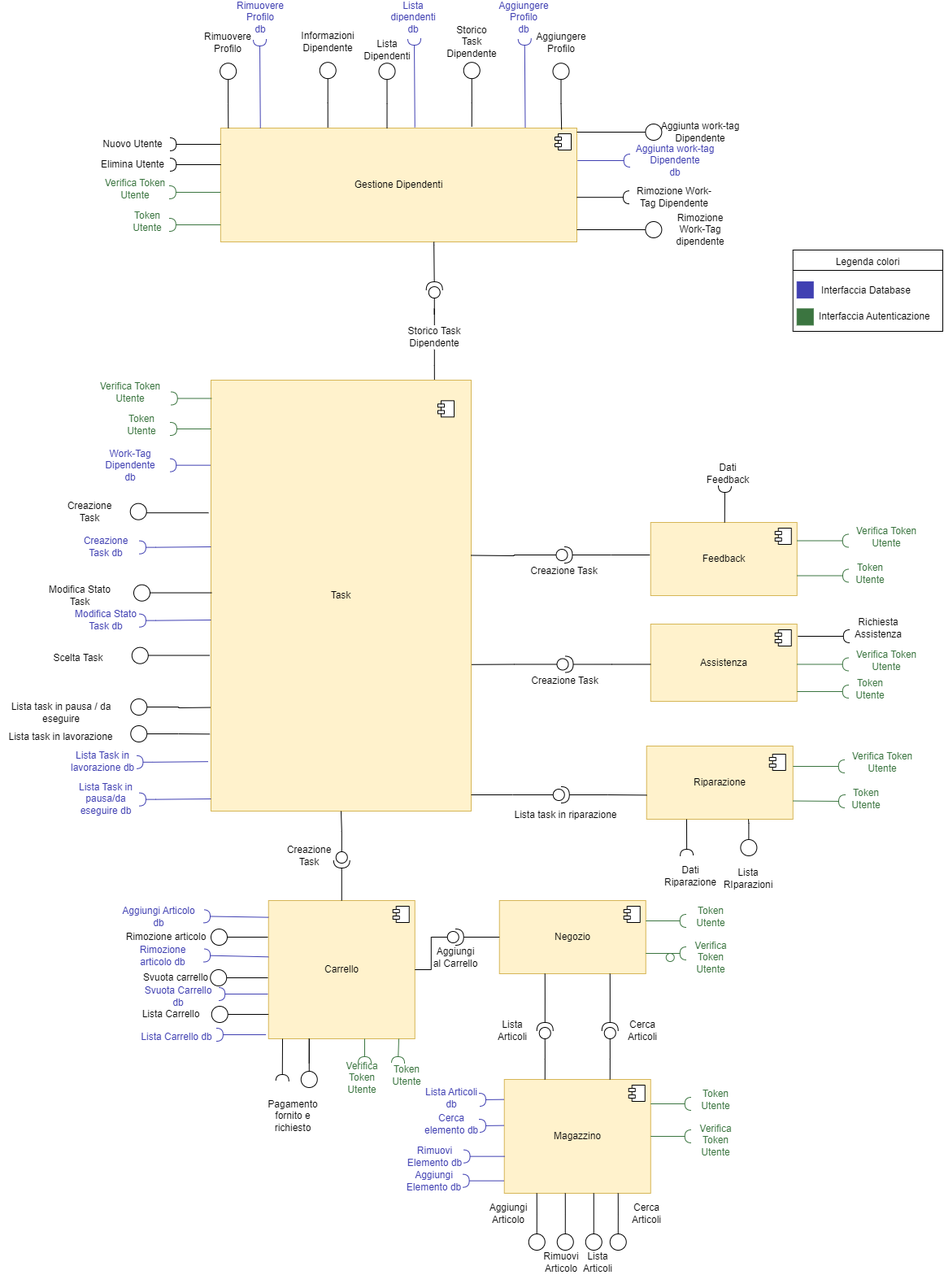
IS-FixMi/Documentation-Source keeps this draw.io diagram as second-deliverable/images/diagramma_dei_componenti.png. Above is the earlier version. Source tidied: cells renumbered, new cells last; positions are measured from the earlier drawing's top-left corner, leaving out a move shared by most shapes.
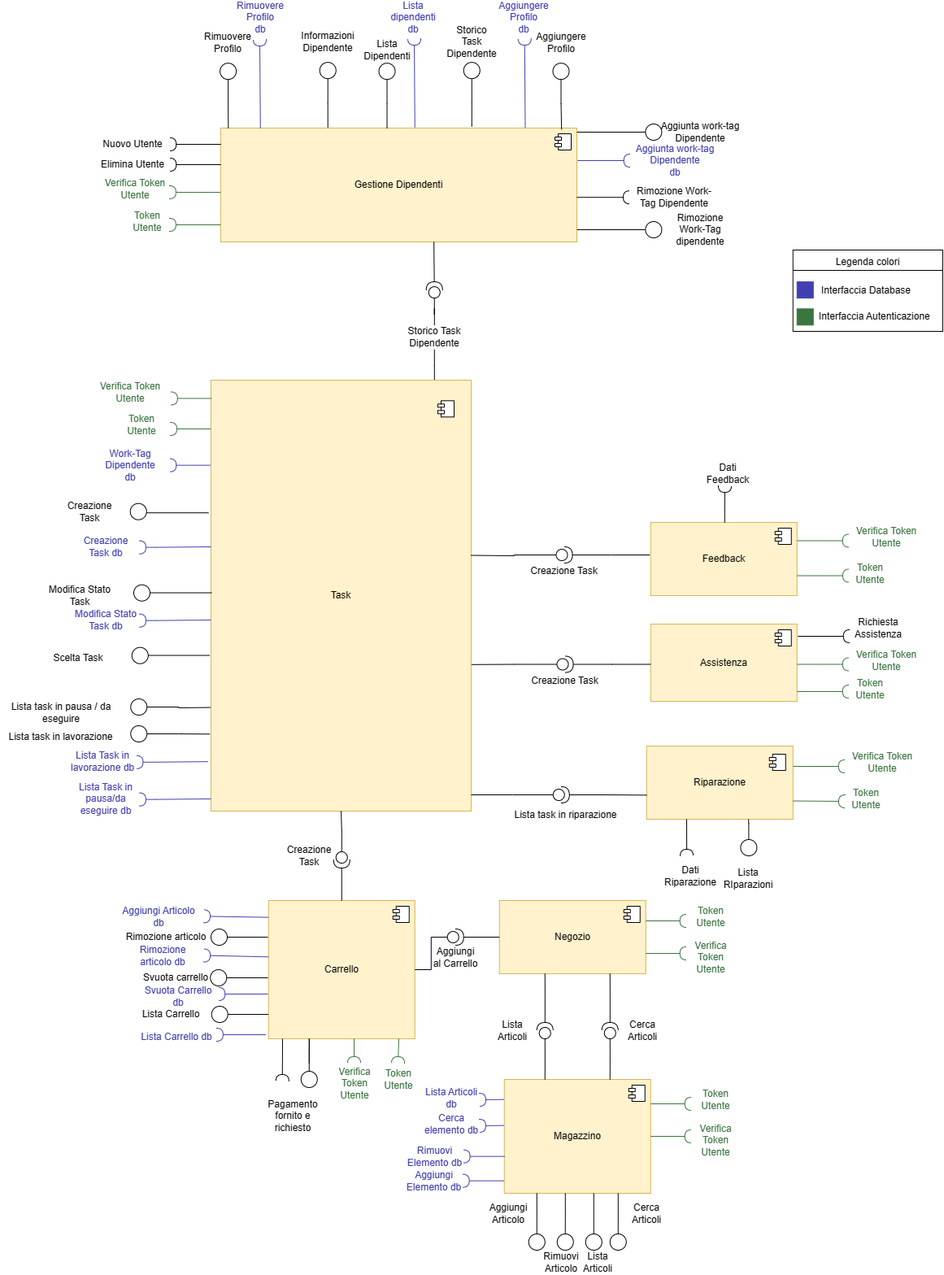
The same file after the commit.

Diff of the diagram source:
```diff
@@ -238,15 +238,15 @@
     </mxCell>
     <mxCell id="62" style="rounded=0;orthogonalLoop=1;jettySize=auto;html=1;endArrow=halfCircle;endFill=0;endSize=6;strokeWidth=1;sketch=0;fontSize=12;curved=1;strokeColor=#3B7540;" parent="1" edge="1">
       <mxGeometry relative="1" as="geometry">
-        <mxPoint x="448" y="1271" as="sourcePoint" />
-        <mxPoint x="448" y="1301" as="targetPoint" />
+        <mxPoint x="435" y="1271" as="sourcePoint" />
+        <mxPoint x="435" y="1301" as="targetPoint" />
       </mxGeometry>
     </mxCell>
     <mxCell id="63" value="Token Utente" style="text;html=1;strokeColor=none;fillColor=none;align=center;verticalAlign=middle;whiteSpace=wrap;rounded=0;fontColor=#3B7540;" parent="1" vertex="1">
-      <mxGeometry x="469.8" y="1301" width="60" height="30" as="geometry" />
+      <mxGeometry x="459.5" y="1306" width="60" height="30" as="geometry" />
     </mxCell>
     <mxCell id="64" value="Verifica Token Utente" style="text;html=1;strokeColor=none;fillColor=none;align=center;verticalAlign=middle;whiteSpace=wrap;rounded=0;fontColor=#3B7540;" parent="1" vertex="1">
-      <mxGeometry x="414.8" y="1304" width="60" height="30" as="geometry" />
+      <mxGeometry x="405.5" y="1311" width="60" height="30" as="geometry" />
     </mxCell>
     <mxCell id="65" style="rounded=0;orthogonalLoop=1;jettySize=auto;html=1;endArrow=halfCircle;endFill=0;endSize=6;strokeWidth=1;sketch=0;fontSize=12;curved=1;strokeColor=#3B7540;" parent="1" edge="1">
       <mxGeometry relative="1" as="geometry">
@@ -254,9 +254,6 @@
         <mxPoint x="843.8" y="1166" as="targetPoint" />
       </mxGeometry>
     </mxCell>
-    <mxCell id="66" style="ellipse;whiteSpace=wrap;html=1;align=center;fillColor=none;strokeColor=#3B7540;perimeter=centerPerimeter;" parent="1" vertex="1">
-      <mxGeometry x="818.8" y="1166" width="10" height="10" as="geometry" />
-    </mxCell>
     <mxCell id="67" style="rounded=0;orthogonalLoop=1;jettySize=auto;html=1;endArrow=halfCircle;endFill=0;endSize=6;strokeWidth=1;sketch=0;fontSize=12;curved=1;strokeColor=#3B7540;" parent="1" edge="1">
       <mxGeometry relative="1" as="geometry">
         <mxPoint x="793.8" y="1126" as="sourcePoint" />
```
